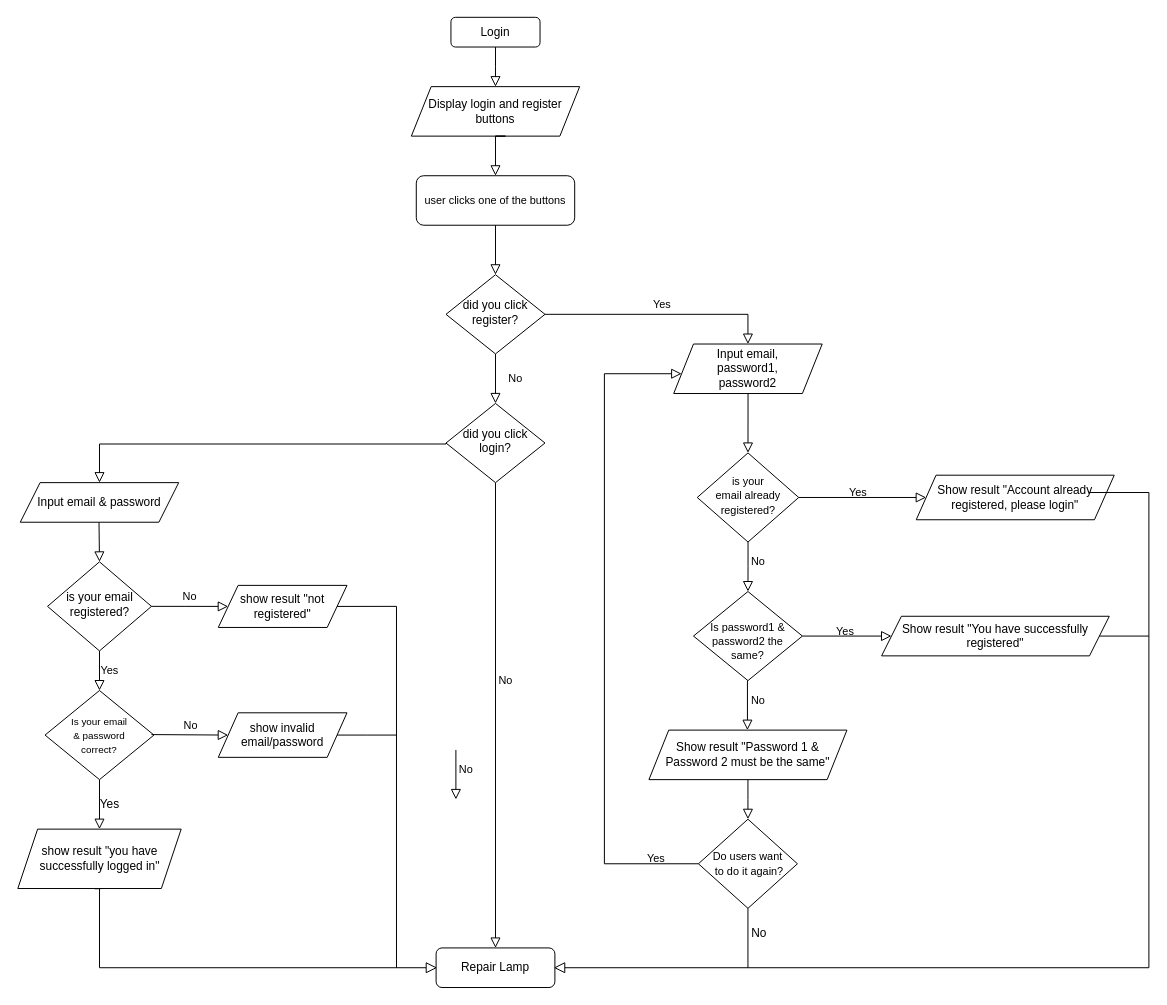
sanjettyh/test keeps this draw.io diagram as Untitled Diagram.drawio. Above is the earlier version. Source tidied: cells renumbered, new cells numbered last; positions are measured from the earlier drawing's top-left corner, leaving out a move shared by most shapes. Both pictures are drawn from the tidied source at 99%, with x=0, y=0 at pixel (18, 17).
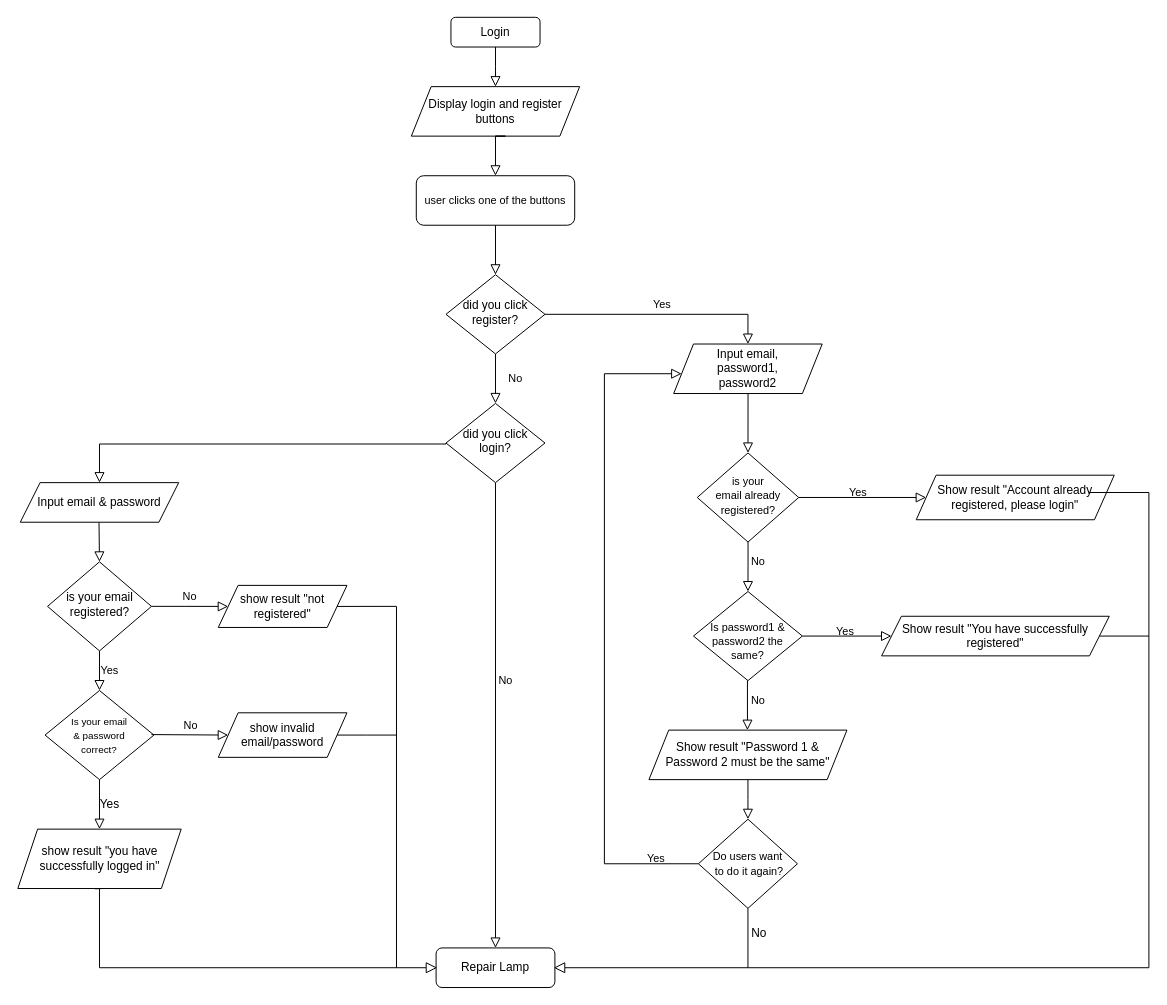
The same page after the edit.

Diff of the diagram source:
```diff
@@
-    <mxCell id="52" value="No" style="rounded=0;html=1;jettySize=auto;orthogonalLoop=1;fontSize=11;endArrow=block;endFill=0;endSize=8;strokeWidth=1;shadow=0;labelBackgroundColor=none;edgeStyle=orthogonalEdgeStyle;" parent="1" edge="1">
-      <mxGeometry x="-0.2" y="10" relative="1" as="geometry">
-        <mxPoint x="442" y="740" as="sourcePoint" />
-        <mxPoint x="442" y="790" as="targetPoint" />
-      </mxGeometry>
-    </mxCell>
```
